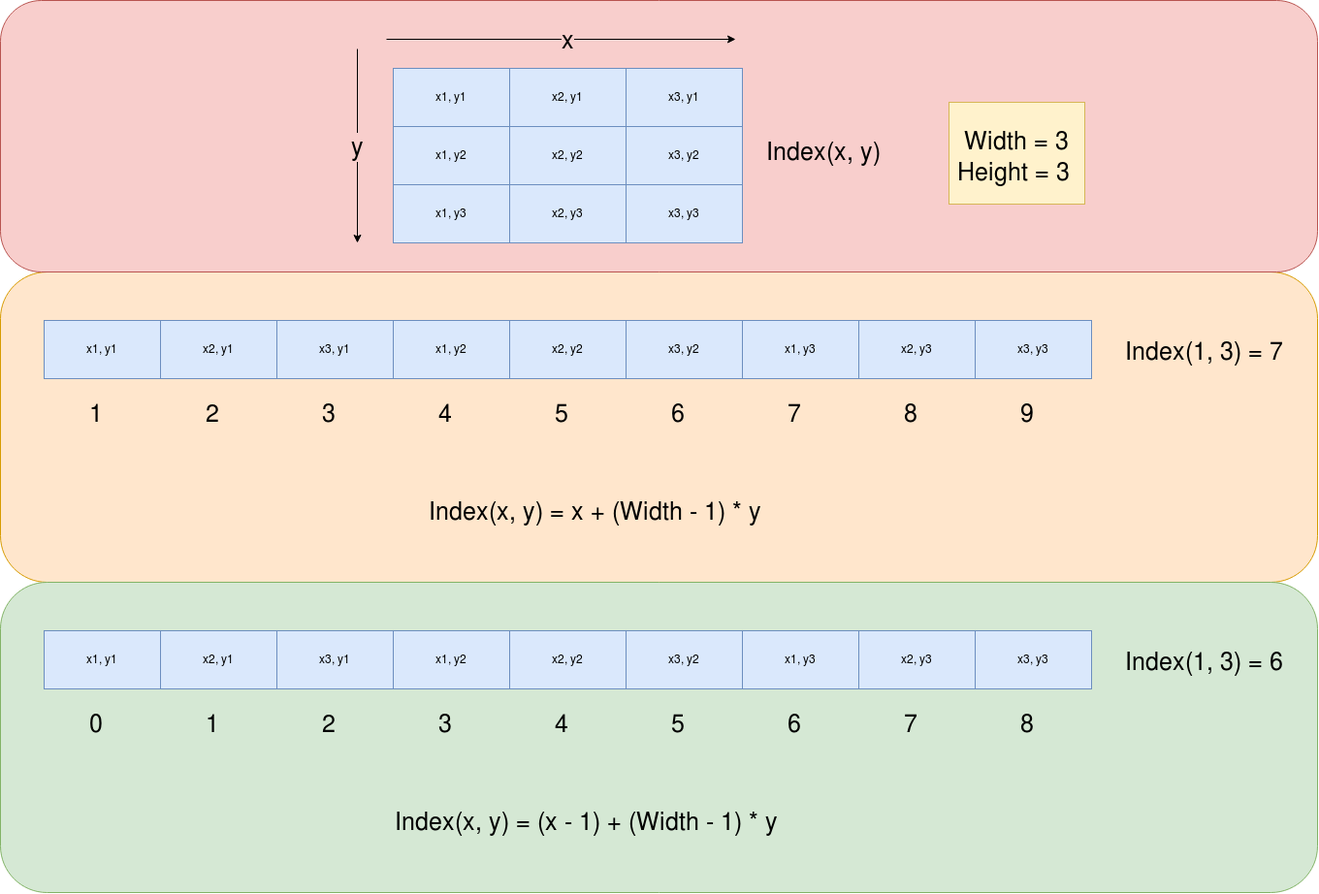
Above: Documentation/Diagram/Two-Dimension-To-One-Dimension.png in Andres6936/LoX (draw.io), before the change. Source tidied: cells renumbered, new cells last; positions are measured from the earlier drawing's top-left corner, leaving out a move shared by most shapes.
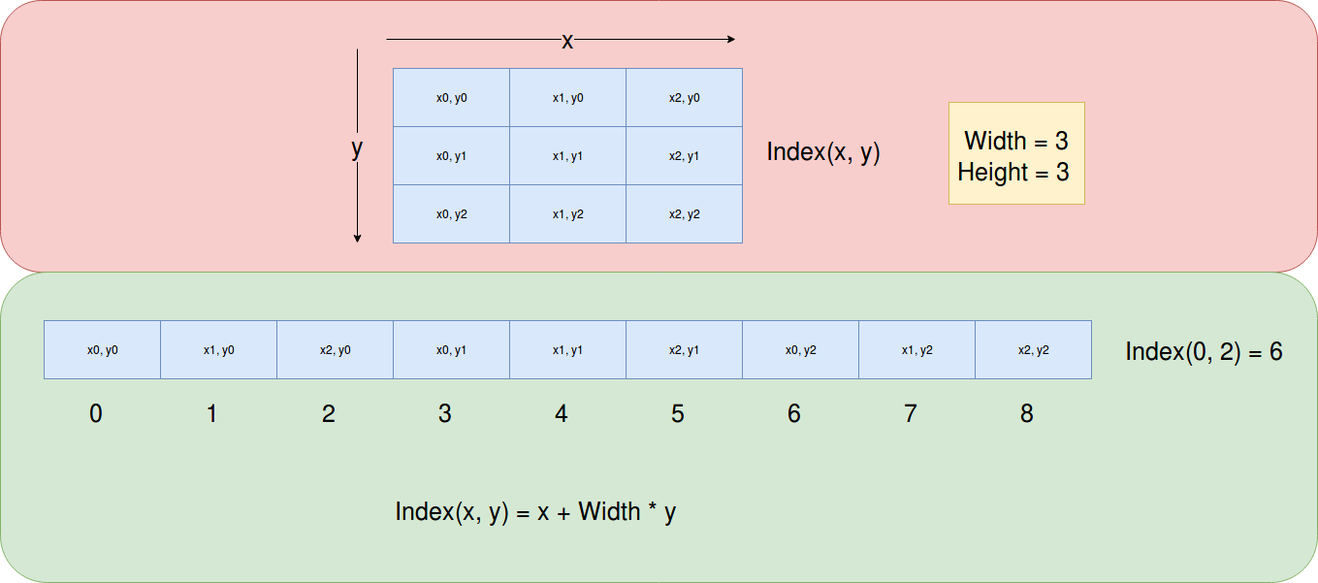
After the change.

Diff of the diagram source:
```diff
@@ -2,109 +2,46 @@
   <root>
     <mxCell id="0" />
     <mxCell id="1" parent="0" />
-    <mxCell id="2" style="rounded=1;whiteSpace=wrap;html=1;fontSize=25;fillColor=#ffe6cc;strokeColor=#d79b00;" parent="1" vertex="1">
-      <mxGeometry y="280" width="1358" height="320" as="geometry" />
-    </mxCell>
     <mxCell id="3" style="rounded=1;whiteSpace=wrap;html=1;fontSize=25;fillColor=#f8cecc;strokeColor=#b85450;" parent="1" vertex="1">
-      <mxGeometry width="1358" height="280" as="geometry" />
+      <mxGeometry y="320" width="1358" height="280" as="geometry" />
     </mxCell>
     <mxCell id="4" style="rounded=0;whiteSpace=wrap;html=1;fontSize=25;fillColor=#fff2cc;strokeColor=#d6b656;" parent="1" vertex="1">
-      <mxGeometry x="978" y="105" width="140" height="105" as="geometry" />
+      <mxGeometry x="978" y="425" width="140" height="105" as="geometry" />
     </mxCell>
-    <mxCell id="5" value="x1, y1" style="rounded=0;whiteSpace=wrap;html=1;fillColor=#dae8fc;strokeColor=#6c8ebf;" parent="1" vertex="1">
-      <mxGeometry x="405" y="70" width="120" height="60" as="geometry" />
+    <mxCell id="5" value="x0, y0" style="rounded=0;whiteSpace=wrap;html=1;fillColor=#dae8fc;strokeColor=#6c8ebf;" parent="1" vertex="1">
+      <mxGeometry x="405" y="390" width="120" height="60" as="geometry" />
     </mxCell>
-    <mxCell id="6" value="x1, y2" style="rounded=0;whiteSpace=wrap;html=1;fillColor=#dae8fc;strokeColor=#6c8ebf;" parent="1" vertex="1">
-      <mxGeometry x="405" y="130" width="120" height="60" as="geometry" />
+    <mxCell id="6" value="x0, y1" style="rounded=0;whiteSpace=wrap;html=1;fillColor=#dae8fc;strokeColor=#6c8ebf;" parent="1" vertex="1">
+      <mxGeometry x="405" y="450" width="120" height="60" as="geometry" />
     </mxCell>
-    <mxCell id="7" value="x1, y3" style="rounded=0;whiteSpace=wrap;html=1;fillColor=#dae8fc;strokeColor=#6c8ebf;" parent="1" vertex="1">
-      <mxGeometry x="405" y="190" width="120" height="60" as="geometry" />
+    <mxCell id="7" value="x0, y2" style="rounded=0;whiteSpace=wrap;html=1;fillColor=#dae8fc;strokeColor=#6c8ebf;" parent="1" vertex="1">
+      <mxGeometry x="405" y="510" width="120" height="60" as="geometry" />
     </mxCell>
-    <mxCell id="8" value="x2, y1" style="rounded=0;whiteSpace=wrap;html=1;fillColor=#dae8fc;strokeColor=#6c8ebf;" parent="1" vertex="1">
-      <mxGeometry x="525" y="70" width="120" height="60" as="geometry" />
+    <mxCell id="8" value="x1, y0" style="rounded=0;whiteSpace=wrap;html=1;fillColor=#dae8fc;strokeColor=#6c8ebf;" parent="1" vertex="1">
+      <mxGeometry x="525" y="390" width="120" height="60" as="geometry" />
     </mxCell>
-    <mxCell id="9" value="x2, y2" style="rounded=0;whiteSpace=wrap;html=1;fillColor=#dae8fc;strokeColor=#6c8ebf;" parent="1" vertex="1">
-      <mxGeometry x="525" y="130" width="120" height="60" as="geometry" />
+    <mxCell id="9" value="x1, y1" style="rounded=0;whiteSpace=wrap;html=1;fillColor=#dae8fc;strokeColor=#6c8ebf;" parent="1" vertex="1">
+      <mxGeometry x="525" y="450" width="120" height="60" as="geometry" />
     </mxCell>
-    <mxCell id="10" value="x2, y3" style="rounded=0;whiteSpace=wrap;html=1;fillColor=#dae8fc;strokeColor=#6c8ebf;" parent="1" vertex="1">
-      <mxGeometry x="525" y="190" width="120" height="60" as="geometry" />
+    <mxCell id="10" value="x1, y2" style="rounded=0;whiteSpace=wrap;html=1;fillColor=#dae8fc;strokeColor=#6c8ebf;" parent="1" vertex="1">
+      <mxGeometry x="525" y="510" width="120" height="60" as="geometry" />
     </mxCell>
-    <mxCell id="11" value="x3, y1" style="rounded=0;whiteSpace=wrap;html=1;fillColor=#dae8fc;strokeColor=#6c8ebf;" parent="1" vertex="1">
-      <mxGeometry x="645" y="70" width="120" height="60" as="geometry" />
+    <mxCell id="11" value="x2, y0" style="rounded=0;whiteSpace=wrap;html=1;fillColor=#dae8fc;strokeColor=#6c8ebf;" parent="1" vertex="1">
+      <mxGeometry x="645" y="390" width="120" height="60" as="geometry" />
     </mxCell>
-    <mxCell id="12" value="x3, y2" style="rounded=0;whiteSpace=wrap;html=1;fillColor=#dae8fc;strokeColor=#6c8ebf;" parent="1" vertex="1">
-      <mxGeometry x="645" y="130" width="120" height="60" as="geometry" />
+    <mxCell id="12" value="x2, y1" style="rounded=0;whiteSpace=wrap;html=1;fillColor=#dae8fc;strokeColor=#6c8ebf;" parent="1" vertex="1">
+      <mxGeometry x="645" y="450" width="120" height="60" as="geometry" />
     </mxCell>
-    <mxCell id="13" value="x3, y3" style="rounded=0;whiteSpace=wrap;html=1;fillColor=#dae8fc;strokeColor=#6c8ebf;" parent="1" vertex="1">
-      <mxGeometry x="645" y="190" width="120" height="60" as="geometry" />
+    <mxCell id="13" value="x2, y2" style="rounded=0;whiteSpace=wrap;html=1;fillColor=#dae8fc;strokeColor=#6c8ebf;" parent="1" vertex="1">
+      <mxGeometry x="645" y="510" width="120" height="60" as="geometry" />
     </mxCell>
-    <mxCell id="14" value="x1, y1" style="rounded=0;whiteSpace=wrap;html=1;fillColor=#dae8fc;strokeColor=#6c8ebf;" parent="1" vertex="1">
-      <mxGeometry x="45" y="330" width="120" height="60" as="geometry" />
-    </mxCell>
-    <mxCell id="15" value="x2, y1" style="rounded=0;whiteSpace=wrap;html=1;fillColor=#dae8fc;strokeColor=#6c8ebf;" parent="1" vertex="1">
-      <mxGeometry x="165" y="330" width="120" height="60" as="geometry" />
-    </mxCell>
-    <mxCell id="16" value="x3, y1" style="rounded=0;whiteSpace=wrap;html=1;fillColor=#dae8fc;strokeColor=#6c8ebf;" parent="1" vertex="1">
-      <mxGeometry x="285" y="330" width="120" height="60" as="geometry" />
-    </mxCell>
-    <mxCell id="17" value="x1, y2" style="rounded=0;whiteSpace=wrap;html=1;fillColor=#dae8fc;strokeColor=#6c8ebf;" parent="1" vertex="1">
-      <mxGeometry x="405" y="330" width="120" height="60" as="geometry" />
-    </mxCell>
-    <mxCell id="18" value="x2, y2" style="rounded=0;whiteSpace=wrap;html=1;fillColor=#dae8fc;strokeColor=#6c8ebf;" parent="1" vertex="1">
-      <mxGeometry x="525" y="330" width="120" height="60" as="geometry" />
-    </mxCell>
-    <mxCell id="19" value="x3, y2" style="rounded=0;whiteSpace=wrap;html=1;fillColor=#dae8fc;strokeColor=#6c8ebf;" parent="1" vertex="1">
-      <mxGeometry x="645" y="330" width="120" height="60" as="geometry" />
-    </mxCell>
-    <mxCell id="20" value="x1, y3" style="rounded=0;whiteSpace=wrap;html=1;fillColor=#dae8fc;strokeColor=#6c8ebf;" parent="1" vertex="1">
-      <mxGeometry x="765" y="330" width="120" height="60" as="geometry" />
-    </mxCell>
-    <mxCell id="21" value="x2, y3" style="rounded=0;whiteSpace=wrap;html=1;fillColor=#dae8fc;strokeColor=#6c8ebf;" parent="1" vertex="1">
-      <mxGeometry x="885" y="330" width="120" height="60" as="geometry" />
-    </mxCell>
-    <mxCell id="22" value="x3, y3" style="rounded=0;whiteSpace=wrap;html=1;fillColor=#dae8fc;strokeColor=#6c8ebf;" parent="1" vertex="1">
-      <mxGeometry x="1005" y="330" width="120" height="60" as="geometry" />
-    </mxCell>
     <mxCell id="23" value="Index(x, y)" style="text;html=1;fontSize=25;" parent="1" vertex="1">
-      <mxGeometry x="788" y="135" width="140" height="50" as="geometry" />
+      <mxGeometry x="788" y="455" width="140" height="50" as="geometry" />
     </mxCell>
-    <mxCell id="24" value="1" style="text;html=1;align=left;verticalAlign=top;spacingTop=-4;fontSize=25;" parent="1" vertex="1">
-      <mxGeometry x="90" y="409" width="30" height="30" as="geometry" />
-    </mxCell>
-    <mxCell id="25" value="2" style="text;html=1;align=left;verticalAlign=top;spacingTop=-4;fontSize=25;" parent="1" vertex="1">
-      <mxGeometry x="210" y="409" width="30" height="30" as="geometry" />
-    </mxCell>
-    <mxCell id="26" value="3" style="text;html=1;align=left;verticalAlign=top;spacingTop=-4;fontSize=25;" parent="1" vertex="1">
-      <mxGeometry x="330" y="409" width="30" height="30" as="geometry" />
-    </mxCell>
-    <mxCell id="27" value="4" style="text;html=1;align=left;verticalAlign=top;spacingTop=-4;fontSize=25;" parent="1" vertex="1">
-      <mxGeometry x="450" y="409" width="30" height="30" as="geometry" />
-    </mxCell>
-    <mxCell id="28" value="5" style="text;html=1;align=left;verticalAlign=top;spacingTop=-4;fontSize=25;" parent="1" vertex="1">
-      <mxGeometry x="570" y="409" width="30" height="30" as="geometry" />
-    </mxCell>
-    <mxCell id="29" value="6" style="text;html=1;align=left;verticalAlign=top;spacingTop=-4;fontSize=25;" parent="1" vertex="1">
-      <mxGeometry x="690" y="409" width="30" height="30" as="geometry" />
-    </mxCell>
-    <mxCell id="30" value="7" style="text;html=1;align=left;verticalAlign=top;spacingTop=-4;fontSize=25;" parent="1" vertex="1">
-      <mxGeometry x="810" y="409" width="30" height="30" as="geometry" />
-    </mxCell>
-    <mxCell id="31" value="8" style="text;html=1;align=left;verticalAlign=top;spacingTop=-4;fontSize=25;" parent="1" vertex="1">
-      <mxGeometry x="930" y="409" width="30" height="30" as="geometry" />
-    </mxCell>
-    <mxCell id="32" value="9" style="text;html=1;align=left;verticalAlign=top;spacingTop=-4;fontSize=25;" parent="1" vertex="1">
-      <mxGeometry x="1050" y="409" width="30" height="30" as="geometry" />
-    </mxCell>
-    <mxCell id="33" value="Index(1, 3) = 7" style="text;html=1;align=left;verticalAlign=top;spacingTop=-4;fontSize=25;" parent="1" vertex="1">
-      <mxGeometry x="1158" y="345" width="180" height="30" as="geometry" />
-    </mxCell>
-    <mxCell id="34" value="Index(x, y) = x + (Width - 1) * y" style="text;html=1;align=left;verticalAlign=top;spacingTop=-4;fontSize=25;" parent="1" vertex="1">
-      <mxGeometry x="440" y="510" width="360" height="30" as="geometry" />
-    </mxCell>
     <mxCell id="35" style="endArrow=classic;html=1;fontSize=25;" parent="1" edge="1">
       <mxGeometry relative="1" as="geometry">
-        <mxPoint x="398" y="40" as="sourcePoint" />
-        <mxPoint x="758" y="40" as="targetPoint" />
+        <mxPoint x="398" y="360" as="sourcePoint" />
+        <mxPoint x="758" y="360" as="targetPoint" />
       </mxGeometry>
     </mxCell>
     <mxCell id="36" value="&lt;span style=&quot;&quot;&gt;x&lt;/span&gt;" style="text;html=1;align=center;verticalAlign=middle;labelBackgroundColor=#F8CECC;fontSize=25;" parent="35" vertex="1">
@@ -114,8 +51,8 @@
     </mxCell>
     <mxCell id="37" style="endArrow=classic;html=1;fontSize=25;" parent="1" edge="1">
       <mxGeometry relative="1" as="geometry">
-        <mxPoint x="368" y="50" as="sourcePoint" />
-        <mxPoint x="368" y="250" as="targetPoint" />
+        <mxPoint x="368" y="370" as="sourcePoint" />
+        <mxPoint x="368" y="570" as="targetPoint" />
       </mxGeometry>
     </mxCell>
     <mxCell id="38" value="y" style="text;html=1;align=center;verticalAlign=middle;labelBackgroundColor=#F8CECC;fontSize=25;" parent="37" vertex="1">
@@ -124,39 +61,39 @@
       </mxGeometry>
     </mxCell>
     <mxCell id="39" value="Width = 3" style="text;html=1;align=left;verticalAlign=top;spacingTop=-4;fontSize=25;" parent="1" vertex="1">
-      <mxGeometry x="992" y="128" width="120" height="30" as="geometry" />
+      <mxGeometry x="992" y="448" width="120" height="30" as="geometry" />
     </mxCell>
     <mxCell id="40" value="Height = 3" style="text;html=1;align=left;verticalAlign=top;spacingTop=-4;fontSize=25;" parent="1" vertex="1">
-      <mxGeometry x="985" y="160" width="130" height="30" as="geometry" />
+      <mxGeometry x="985" y="480" width="130" height="30" as="geometry" />
     </mxCell>
     <mxCell id="41" style="rounded=1;whiteSpace=wrap;html=1;fontSize=25;fillColor=#d5e8d4;strokeColor=#82b366;" parent="1" vertex="1">
       <mxGeometry y="600" width="1358" height="320" as="geometry" />
     </mxCell>
-    <mxCell id="42" value="x1, y1" style="rounded=0;whiteSpace=wrap;html=1;fillColor=#dae8fc;strokeColor=#6c8ebf;" parent="1" vertex="1">
+    <mxCell id="42" value="x0, y0" style="rounded=0;whiteSpace=wrap;html=1;fillColor=#dae8fc;strokeColor=#6c8ebf;" parent="1" vertex="1">
       <mxGeometry x="45" y="650" width="120" height="60" as="geometry" />
     </mxCell>
-    <mxCell id="43" value="x2, y1" style="rounded=0;whiteSpace=wrap;html=1;fillColor=#dae8fc;strokeColor=#6c8ebf;" parent="1" vertex="1">
+    <mxCell id="43" value="x1, y0" style="rounded=0;whiteSpace=wrap;html=1;fillColor=#dae8fc;strokeColor=#6c8ebf;" parent="1" vertex="1">
       <mxGeometry x="165" y="650" width="120" height="60" as="geometry" />
     </mxCell>
-    <mxCell id="44" value="x3, y1" style="rounded=0;whiteSpace=wrap;html=1;fillColor=#dae8fc;strokeColor=#6c8ebf;" parent="1" vertex="1">
+    <mxCell id="44" value="x2, y0" style="rounded=0;whiteSpace=wrap;html=1;fillColor=#dae8fc;strokeColor=#6c8ebf;" parent="1" vertex="1">
       <mxGeometry x="285" y="650" width="120" height="60" as="geometry" />
     </mxCell>
-    <mxCell id="45" value="x1, y2" style="rounded=0;whiteSpace=wrap;html=1;fillColor=#dae8fc;strokeColor=#6c8ebf;" parent="1" vertex="1">
+    <mxCell id="45" value="x0, y1" style="rounded=0;whiteSpace=wrap;html=1;fillColor=#dae8fc;strokeColor=#6c8ebf;" parent="1" vertex="1">
       <mxGeometry x="405" y="650" width="120" height="60" as="geometry" />
     </mxCell>
-    <mxCell id="46" value="x2, y2" style="rounded=0;whiteSpace=wrap;html=1;fillColor=#dae8fc;strokeColor=#6c8ebf;" parent="1" vertex="1">
+    <mxCell id="46" value="x1, y1" style="rounded=0;whiteSpace=wrap;html=1;fillColor=#dae8fc;strokeColor=#6c8ebf;" parent="1" vertex="1">
       <mxGeometry x="525" y="650" width="120" height="60" as="geometry" />
     </mxCell>
-    <mxCell id="47" value="x3, y2" style="rounded=0;whiteSpace=wrap;html=1;fillColor=#dae8fc;strokeColor=#6c8ebf;" parent="1" vertex="1">
+    <mxCell id="47" value="x2, y1" style="rounded=0;whiteSpace=wrap;html=1;fillColor=#dae8fc;strokeColor=#6c8ebf;" parent="1" vertex="1">
       <mxGeometry x="645" y="650" width="120" height="60" as="geometry" />
     </mxCell>
-    <mxCell id="48" value="x1, y3" style="rounded=0;whiteSpace=wrap;html=1;fillColor=#dae8fc;strokeColor=#6c8ebf;" parent="1" vertex="1">
+    <mxCell id="48" value="x0, y2" style="rounded=0;whiteSpace=wrap;html=1;fillColor=#dae8fc;strokeColor=#6c8ebf;" parent="1" vertex="1">
       <mxGeometry x="765" y="650" width="120" height="60" as="geometry" />
     </mxCell>
-    <mxCell id="49" value="x2, y3" style="rounded=0;whiteSpace=wrap;html=1;fillColor=#dae8fc;strokeColor=#6c8ebf;" parent="1" vertex="1">
+    <mxCell id="49" value="x1, y2" style="rounded=0;whiteSpace=wrap;html=1;fillColor=#dae8fc;strokeColor=#6c8ebf;" parent="1" vertex="1">
       <mxGeometry x="885" y="650" width="120" height="60" as="geometry" />
     </mxCell>
-    <mxCell id="50" value="x3, y3" style="rounded=0;whiteSpace=wrap;html=1;fillColor=#dae8fc;strokeColor=#6c8ebf;" parent="1" vertex="1">
+    <mxCell id="50" value="x2, y2" style="rounded=0;whiteSpace=wrap;html=1;fillColor=#dae8fc;strokeColor=#6c8ebf;" parent="1" vertex="1">
       <mxGeometry x="1005" y="650" width="120" height="60" as="geometry" />
     </mxCell>
     <mxCell id="51" value="0" style="text;html=1;align=left;verticalAlign=top;spacingTop=-4;fontSize=25;" parent="1" vertex="1">
@@ -186,11 +123,11 @@
     <mxCell id="59" value="8" style="text;html=1;align=left;verticalAlign=top;spacingTop=-4;fontSize=25;" parent="1" vertex="1">
       <mxGeometry x="1050" y="729" width="30" height="30" as="geometry" />
     </mxCell>
-    <mxCell id="60" value="Index(1, 3) = 6" style="text;html=1;align=left;verticalAlign=top;spacingTop=-4;fontSize=25;" parent="1" vertex="1">
+    <mxCell id="60" value="Index(0, 2) = 6" style="text;html=1;align=left;verticalAlign=top;spacingTop=-4;fontSize=25;" parent="1" vertex="1">
       <mxGeometry x="1158" y="665" width="180" height="30" as="geometry" />
     </mxCell>
-    <mxCell id="61" value="Index(x, y) = (x - 1) + (Width - 1) * y" style="text;html=1;align=left;verticalAlign=top;spacingTop=-4;fontSize=25;" parent="1" vertex="1">
-      <mxGeometry x="405" y="830" width="410" height="30" as="geometry" />
+    <mxCell id="61" value="Index(x, y) = x + Width * y" style="text;html=1;align=left;verticalAlign=top;spacingTop=-4;fontSize=25;" parent="1" vertex="1">
+      <mxGeometry x="405" y="830" width="310" height="30" as="geometry" />
     </mxCell>
   </root>
 </mxGraphModel>
```
